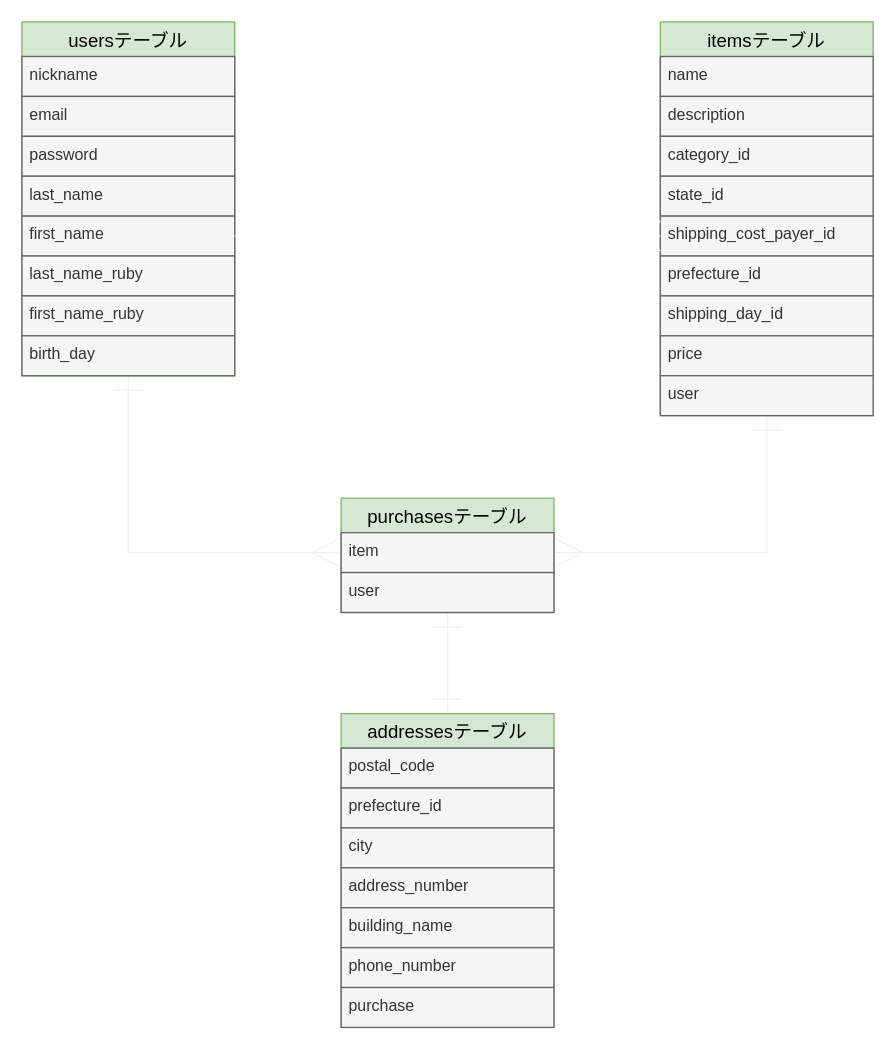
The draw.io diagram furima-ER.dio in KaichiAkazawa/furima-34397, before the edit. Source tidied: cells renumbered, new cells numbered last; positions are measured from the earlier drawing's top-left corner, leaving out a move shared by most shapes. Both pictures are drawn from the tidied source at 133%, with x=0, y=0 at pixel (21, 21).
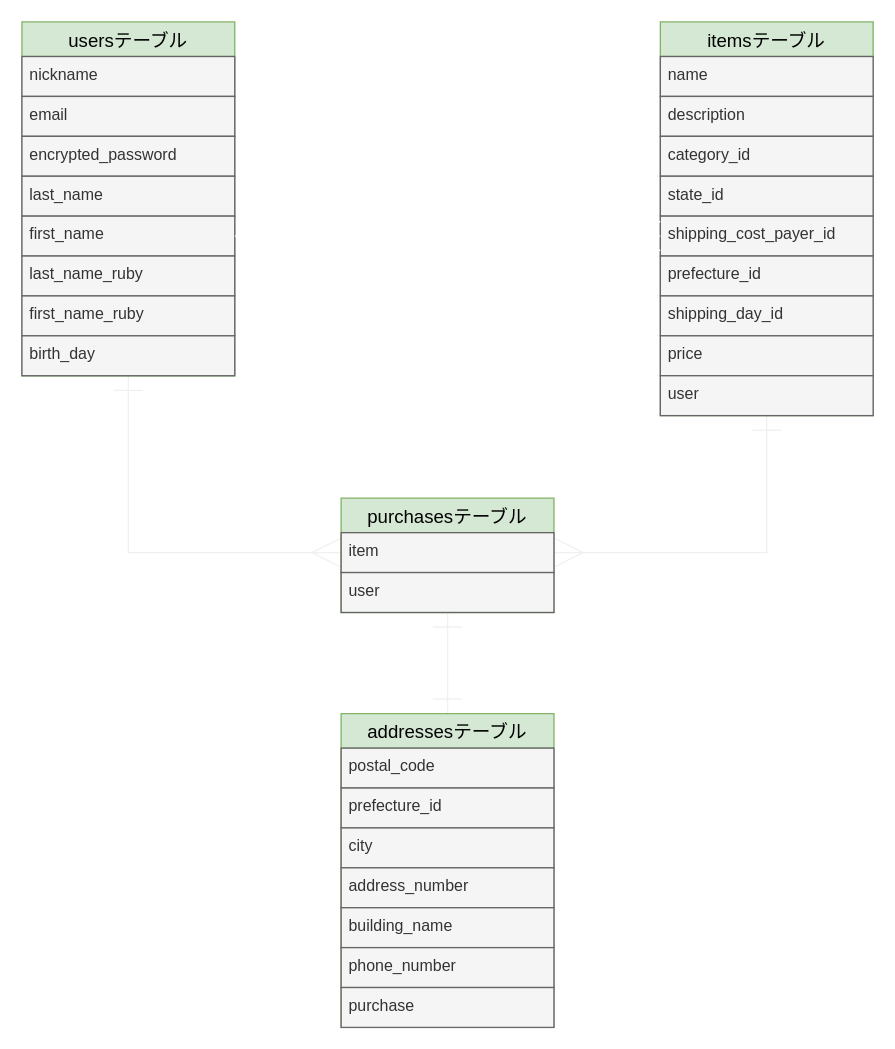
Above is the later version.

Commit message:
README コードレビュー修正4

The change refers to these unchanged cells:
```xml
<mxCell id="3" value="usersテーブル" style="swimlane;fontStyle=0;horizontal=1;startSize=26;align=center;fontSize=14;fillColor=#d5e8d4;strokeColor=#82b366;fontColor=#000000;" parent="1" vertex="1">
  <mxGeometry width="160" height="266" as="geometry" />
</mxCell>
```

Change to the diagram source:
```diff
@@
-    <mxCell id="6" value="password" style="text;strokeColor=#666666;fillColor=#f5f5f5;spacingLeft=4;spacingRight=4;overflow=hidden;fontSize=12;fontColor=#333333;" parent="3" vertex="1">
+    <mxCell id="6" value="encrypted_password" style="text;strokeColor=#666666;fillColor=#f5f5f5;spacingLeft=4;spacingRight=4;overflow=hidden;fontSize=12;fontColor=#333333;" parent="3" vertex="1">
       <mxGeometry y="86" width="160" height="30" as="geometry" />
     </mxCell>
```
